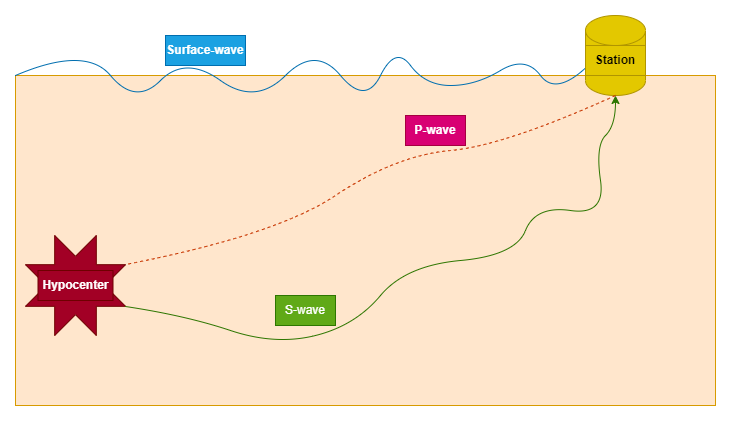
OrnlyP63/ConvELM-Seismic keeps this draw.io diagram as seismic.png. Above is the earlier version. Source tidied: cells renumbered, new cells last; positions are measured from the earlier drawing's top-left corner, leaving out a move shared by most shapes. The source it was exported from:
```xml
<mxGraphModel>
  <root>
    <mxCell id="0" />
    <mxCell id="1" parent="0" />
    <mxCell id="2" style="rounded=0;whiteSpace=wrap;html=1;fillColor=#ffe6cc;strokeColor=#d79b00;" parent="1" vertex="1">
      <mxGeometry y="60" width="700" height="330" as="geometry" />
    </mxCell>
    <mxCell id="3" style="verticalLabelPosition=bottom;verticalAlign=top;html=1;shape=mxgraph.basic.8_point_star;fillColor=#a20025;fontColor=#ffffff;strokeColor=#6F0000;" parent="1" vertex="1">
      <mxGeometry x="10" y="220" width="100" height="100" as="geometry" />
    </mxCell>
    <mxCell id="4" style="shape=cylinder3;whiteSpace=wrap;html=1;boundedLbl=1;backgroundOutline=1;size=15;fillColor=#e3c800;fontColor=#000000;strokeColor=#B09500;" parent="1" vertex="1">
      <mxGeometry x="570" width="60" height="80" as="geometry" />
    </mxCell>
    <mxCell id="5" style="endArrow=classic;html=1;curved=1;entryX=0.5;entryY=1;entryDx=0;entryDy=0;entryPerimeter=0;exitX=1;exitY=0.71;exitDx=0;exitDy=0;exitPerimeter=0;fillColor=#60a917;strokeColor=#2D7600;" parent="1" edge="1" source="3" target="4">
      <mxGeometry relative="1" as="geometry">
        <Array as="points">
          <mxPoint x="170" y="300" />
          <mxPoint x="260" y="330" />
          <mxPoint x="340" y="310" />
          <mxPoint x="390" y="250" />
          <mxPoint x="500" y="240" />
          <mxPoint x="520" y="190" />
          <mxPoint x="590" y="200" />
          <mxPoint x="580" y="130" />
          <mxPoint x="600" y="110" />
        </Array>
      </mxGeometry>
    </mxCell>
    <mxCell id="6" style="endArrow=none;dashed=1;html=1;curved=1;exitX=0.5;exitY=1;exitDx=0;exitDy=0;exitPerimeter=0;entryX=1;entryY=0.29;entryDx=0;entryDy=0;entryPerimeter=0;fillColor=#fa6800;strokeColor=#C73500;" parent="1" edge="1" source="4" target="3">
      <mxGeometry relative="1" as="geometry">
        <Array as="points">
          <mxPoint x="490" y="130" />
          <mxPoint x="380" y="140" />
          <mxPoint x="260" y="220" />
        </Array>
      </mxGeometry>
    </mxCell>
    <mxCell id="7" style="endArrow=none;html=1;curved=1;exitX=0;exitY=0;exitDx=0;exitDy=0;entryX=0;entryY=0;entryDx=0;entryDy=52.5;entryPerimeter=0;fillColor=#1ba1e2;strokeColor=#006EAF;" parent="1" edge="1" source="2" target="4">
      <mxGeometry relative="1" as="geometry">
        <Array as="points">
          <mxPoint x="70" y="30" />
          <mxPoint x="120" y="90" />
          <mxPoint x="170" y="40" />
          <mxPoint x="240" y="90" />
          <mxPoint x="300" y="30" />
          <mxPoint x="350" y="90" />
          <mxPoint x="380" y="30" />
          <mxPoint x="410" y="70" />
          <mxPoint x="460" y="70" />
          <mxPoint x="510" y="40" />
          <mxPoint x="540" y="80" />
        </Array>
      </mxGeometry>
    </mxCell>
    <mxCell id="8" value="&lt;b&gt;Surface-wave&lt;/b&gt;" style="text;html=1;strokeColor=#006EAF;fillColor=#1ba1e2;align=center;verticalAlign=middle;whiteSpace=wrap;rounded=0;fontColor=#ffffff;" parent="1" vertex="1">
      <mxGeometry x="150" y="20" width="80" height="30" as="geometry" />
    </mxCell>
    <mxCell id="9" value="&lt;b&gt;P-wave&lt;/b&gt;" style="text;html=1;strokeColor=#A50040;fillColor=#d80073;align=center;verticalAlign=middle;whiteSpace=wrap;rounded=0;fontColor=#ffffff;" parent="1" vertex="1">
      <mxGeometry x="390" y="100" width="60" height="30" as="geometry" />
    </mxCell>
    <mxCell id="10" value="S-wave" style="text;html=1;strokeColor=#2D7600;fillColor=#60a917;align=center;verticalAlign=middle;whiteSpace=wrap;rounded=0;fontColor=#ffffff;" parent="1" vertex="1">
      <mxGeometry x="260" y="280" width="60" height="30" as="geometry" />
    </mxCell>
    <mxCell id="11" value="&lt;b&gt;Hypocenter&lt;/b&gt;" style="text;html=1;strokeColor=#6F0000;fillColor=#a20025;align=center;verticalAlign=middle;whiteSpace=wrap;rounded=0;fontColor=#ffffff;" parent="1" vertex="1">
      <mxGeometry x="22.5" y="255" width="75" height="30" as="geometry" />
    </mxCell>
    <mxCell id="12" value="&lt;b&gt;Station&lt;/b&gt;" style="text;html=1;strokeColor=#B09500;fillColor=#e3c800;align=center;verticalAlign=middle;whiteSpace=wrap;rounded=0;fontColor=#000000;" parent="1" vertex="1">
      <mxGeometry x="570" y="30" width="60" height="30" as="geometry" />
    </mxCell>
  </root>
</mxGraphModel>
```
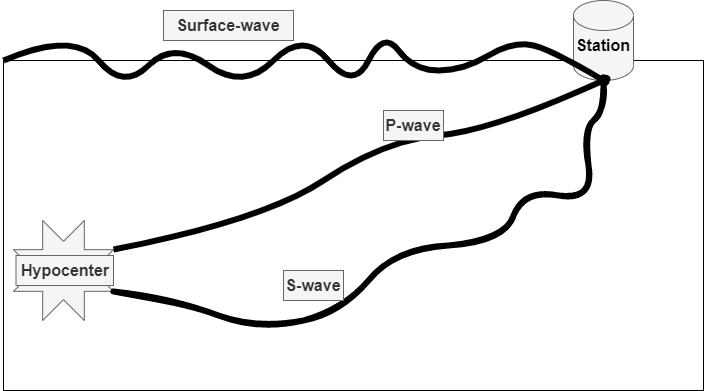
Above is the later version.

Change to the diagram source:
```diff
@@ -2,16 +2,16 @@
   <root>
     <mxCell id="0" />
     <mxCell id="1" parent="0" />
-    <mxCell id="2" style="rounded=0;whiteSpace=wrap;html=1;fillColor=#ffe6cc;strokeColor=#d79b00;" parent="1" vertex="1">
+    <mxCell id="2" style="rounded=0;whiteSpace=wrap;html=1;" parent="1" vertex="1">
       <mxGeometry y="60" width="700" height="330" as="geometry" />
     </mxCell>
-    <mxCell id="3" style="verticalLabelPosition=bottom;verticalAlign=top;html=1;shape=mxgraph.basic.8_point_star;fillColor=#a20025;fontColor=#ffffff;strokeColor=#6F0000;" parent="1" vertex="1">
+    <mxCell id="3" style="verticalLabelPosition=bottom;verticalAlign=top;html=1;shape=mxgraph.basic.8_point_star;fillColor=#f5f5f5;fontColor=#333333;strokeColor=#666666;" parent="1" vertex="1">
       <mxGeometry x="10" y="220" width="100" height="100" as="geometry" />
     </mxCell>
-    <mxCell id="4" style="shape=cylinder3;whiteSpace=wrap;html=1;boundedLbl=1;backgroundOutline=1;size=15;fillColor=#e3c800;fontColor=#000000;strokeColor=#B09500;" parent="1" vertex="1">
+    <mxCell id="4" style="shape=cylinder3;whiteSpace=wrap;html=1;boundedLbl=1;backgroundOutline=1;size=15;fillColor=#f5f5f5;fontColor=#333333;strokeColor=#666666;" parent="1" vertex="1">
       <mxGeometry x="570" width="60" height="80" as="geometry" />
     </mxCell>
-    <mxCell id="5" style="endArrow=classic;html=1;curved=1;entryX=0.5;entryY=1;entryDx=0;entryDy=0;entryPerimeter=0;exitX=1;exitY=0.71;exitDx=0;exitDy=0;exitPerimeter=0;fillColor=#60a917;strokeColor=#2D7600;" parent="1" edge="1" source="3" target="4">
+    <mxCell id="5" style="endArrow=oval;html=1;curved=1;entryX=0.5;entryY=1;entryDx=0;entryDy=0;entryPerimeter=0;exitX=1;exitY=0.71;exitDx=0;exitDy=0;exitPerimeter=0;fillColor=#60a917;strokeColor=#000000;endSize=6;endFill=0;shadow=0;sketch=1;strokeWidth=6;" parent="1" edge="1" source="3" target="4">
       <mxGeometry relative="1" as="geometry">
         <Array as="points">
           <mxPoint x="170" y="300" />
@@ -26,7 +26,7 @@
         </Array>
       </mxGeometry>
     </mxCell>
-    <mxCell id="6" style="endArrow=none;dashed=1;html=1;curved=1;exitX=0.5;exitY=1;exitDx=0;exitDy=0;exitPerimeter=0;entryX=1;entryY=0.29;entryDx=0;entryDy=0;entryPerimeter=0;fillColor=#fa6800;strokeColor=#C73500;" parent="1" edge="1" source="4" target="3">
+    <mxCell id="6" style="endArrow=none;html=1;curved=1;exitX=0.5;exitY=1;exitDx=0;exitDy=0;exitPerimeter=0;entryX=1;entryY=0.29;entryDx=0;entryDy=0;entryPerimeter=0;fillColor=#fa6800;strokeColor=#000000;strokeWidth=6;" parent="1" edge="1" source="4" target="3">
       <mxGeometry relative="1" as="geometry">
         <Array as="points">
           <mxPoint x="490" y="130" />
@@ -35,8 +35,9 @@
         </Array>
       </mxGeometry>
     </mxCell>
-    <mxCell id="7" style="endArrow=none;html=1;curved=1;exitX=0;exitY=0;exitDx=0;exitDy=0;entryX=0;entryY=0;entryDx=0;entryDy=52.5;entryPerimeter=0;fillColor=#1ba1e2;strokeColor=#006EAF;" parent="1" edge="1" source="2" target="4">
+    <mxCell id="7" style="endArrow=none;html=1;curved=1;exitX=0;exitY=0;exitDx=0;exitDy=0;fillColor=#1ba1e2;strokeColor=#000000;strokeWidth=6;" parent="1" edge="1" source="2">
       <mxGeometry relative="1" as="geometry">
+        <mxPoint x="600" y="80" as="targetPoint" />
         <Array as="points">
           <mxPoint x="70" y="30" />
           <mxPoint x="120" y="90" />
@@ -48,23 +49,23 @@
           <mxPoint x="410" y="70" />
           <mxPoint x="460" y="70" />
           <mxPoint x="510" y="40" />
-          <mxPoint x="540" y="80" />
+          <mxPoint x="550" y="50" />
         </Array>
       </mxGeometry>
     </mxCell>
-    <mxCell id="8" value="&lt;b&gt;Surface-wave&lt;/b&gt;" style="text;html=1;strokeColor=#006EAF;fillColor=#1ba1e2;align=center;verticalAlign=middle;whiteSpace=wrap;rounded=0;fontColor=#ffffff;" parent="1" vertex="1">
-      <mxGeometry x="150" y="20" width="80" height="30" as="geometry" />
+    <mxCell id="8" value="&lt;b&gt;&lt;font style=&quot;font-size: 16px&quot;&gt;Surface-wave&lt;/font&gt;&lt;/b&gt;" style="text;html=1;strokeColor=#666666;fillColor=#f5f5f5;align=center;verticalAlign=middle;whiteSpace=wrap;rounded=0;fontColor=#333333;" parent="1" vertex="1">
+      <mxGeometry x="160" y="10" width="130" height="30" as="geometry" />
     </mxCell>
-    <mxCell id="9" value="&lt;b&gt;P-wave&lt;/b&gt;" style="text;html=1;strokeColor=#A50040;fillColor=#d80073;align=center;verticalAlign=middle;whiteSpace=wrap;rounded=0;fontColor=#ffffff;" parent="1" vertex="1">
-      <mxGeometry x="390" y="100" width="60" height="30" as="geometry" />
+    <mxCell id="9" value="&lt;b&gt;&lt;font style=&quot;font-size: 16px&quot;&gt;P-wave&lt;/font&gt;&lt;/b&gt;" style="text;html=1;strokeColor=#666666;fillColor=#f5f5f5;align=center;verticalAlign=middle;whiteSpace=wrap;rounded=0;fontColor=#333333;" parent="1" vertex="1">
+      <mxGeometry x="380" y="110" width="60" height="30" as="geometry" />
     </mxCell>
-    <mxCell id="10" value="S-wave" style="text;html=1;strokeColor=#2D7600;fillColor=#60a917;align=center;verticalAlign=middle;whiteSpace=wrap;rounded=0;fontColor=#ffffff;" parent="1" vertex="1">
-      <mxGeometry x="260" y="280" width="60" height="30" as="geometry" />
+    <mxCell id="10" value="&lt;font style=&quot;font-size: 16px&quot;&gt;&lt;b&gt;S-wave&lt;/b&gt;&lt;/font&gt;" style="text;html=1;strokeColor=#666666;fillColor=#f5f5f5;align=center;verticalAlign=middle;whiteSpace=wrap;rounded=0;fontColor=#333333;" parent="1" vertex="1">
+      <mxGeometry x="280" y="270" width="60" height="30" as="geometry" />
     </mxCell>
-    <mxCell id="11" value="&lt;b&gt;Hypocenter&lt;/b&gt;" style="text;html=1;strokeColor=#6F0000;fillColor=#a20025;align=center;verticalAlign=middle;whiteSpace=wrap;rounded=0;fontColor=#ffffff;" parent="1" vertex="1">
-      <mxGeometry x="22.5" y="255" width="75" height="30" as="geometry" />
+    <mxCell id="11" value="&lt;b&gt;&lt;font style=&quot;font-size: 16px&quot;&gt;Hypocenter&lt;/font&gt;&lt;/b&gt;" style="text;html=1;strokeColor=#666666;fillColor=#f5f5f5;align=center;verticalAlign=middle;whiteSpace=wrap;rounded=0;fontColor=#333333;" parent="1" vertex="1">
+      <mxGeometry x="12.5" y="255" width="97.5" height="30" as="geometry" />
     </mxCell>
-    <mxCell id="12" value="&lt;b&gt;Station&lt;/b&gt;" style="text;html=1;strokeColor=#B09500;fillColor=#e3c800;align=center;verticalAlign=middle;whiteSpace=wrap;rounded=0;fontColor=#000000;" parent="1" vertex="1">
+    <mxCell id="12" value="&lt;b&gt;&lt;font style=&quot;font-size: 16px&quot;&gt;Station&lt;/font&gt;&lt;/b&gt;" style="text;html=1;align=center;verticalAlign=middle;whiteSpace=wrap;rounded=0;" parent="1" vertex="1">
       <mxGeometry x="570" y="30" width="60" height="30" as="geometry" />
     </mxCell>
   </root>
```
